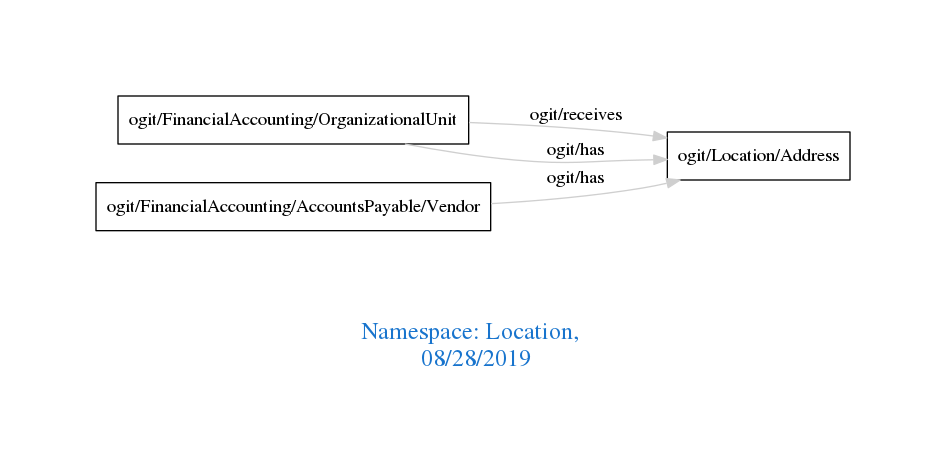
The Graphviz diagram downloads/Location.png in arago/OGIT, before a commit. Its source is kept beside it as downloads/Location.dot.
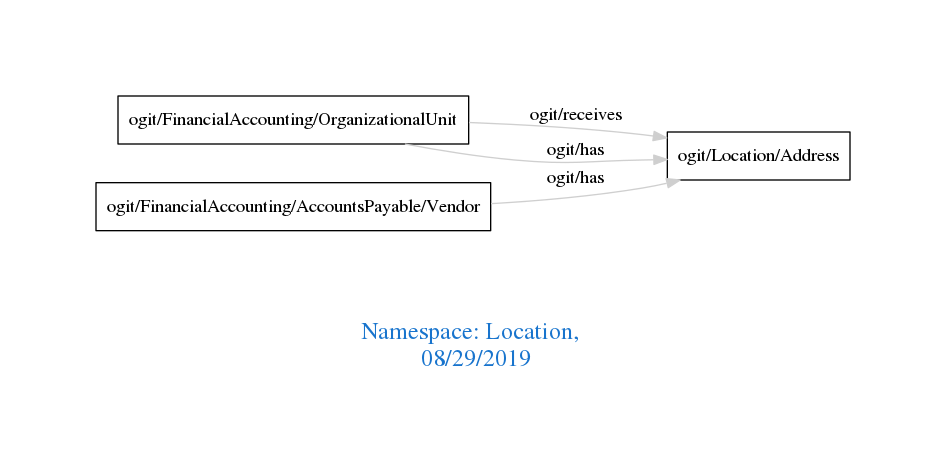
After the change.

The edit, as a diff of the source:
```diff
@@ -1,7 +1,7 @@
 digraph OGIT_ontology {
  graph [ rankdir= LR,pad=1
 fontsize = 18,
-fontcolor= dodgerblue3,label = "\n\n\nNamespace: Location, \n 08/28/2019"];
+fontcolor= dodgerblue3,label = "\n\n\nNamespace: Location, \n 08/29/2019"];
 node[shape=polygon];
 edge [  color="gray81"];
 
```
